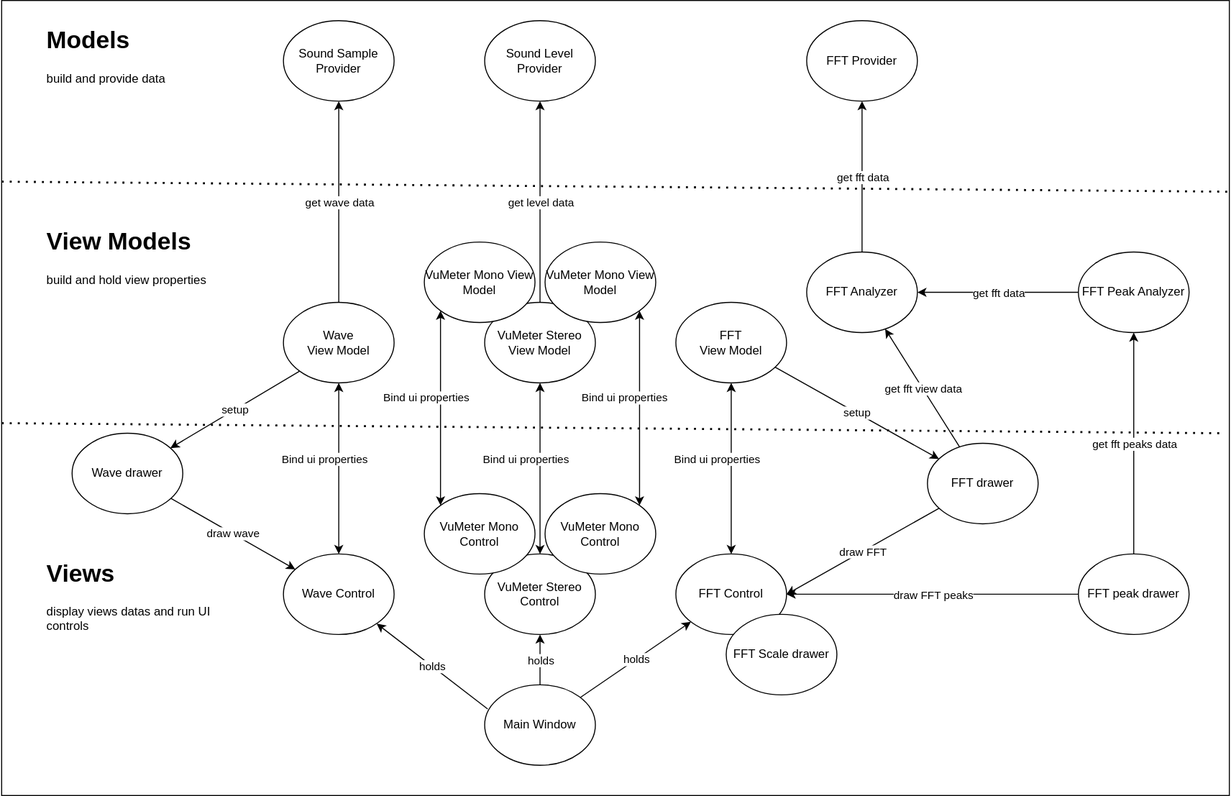
The draw.io diagram Doc/components1.drawio.svg in franck-gaspoz/WindowsAudioSessionSample, before a commit. Source tidied: cells renumbered, new cells last; positions are measured from the earlier drawing's top-left corner, leaving out a move shared by most shapes.
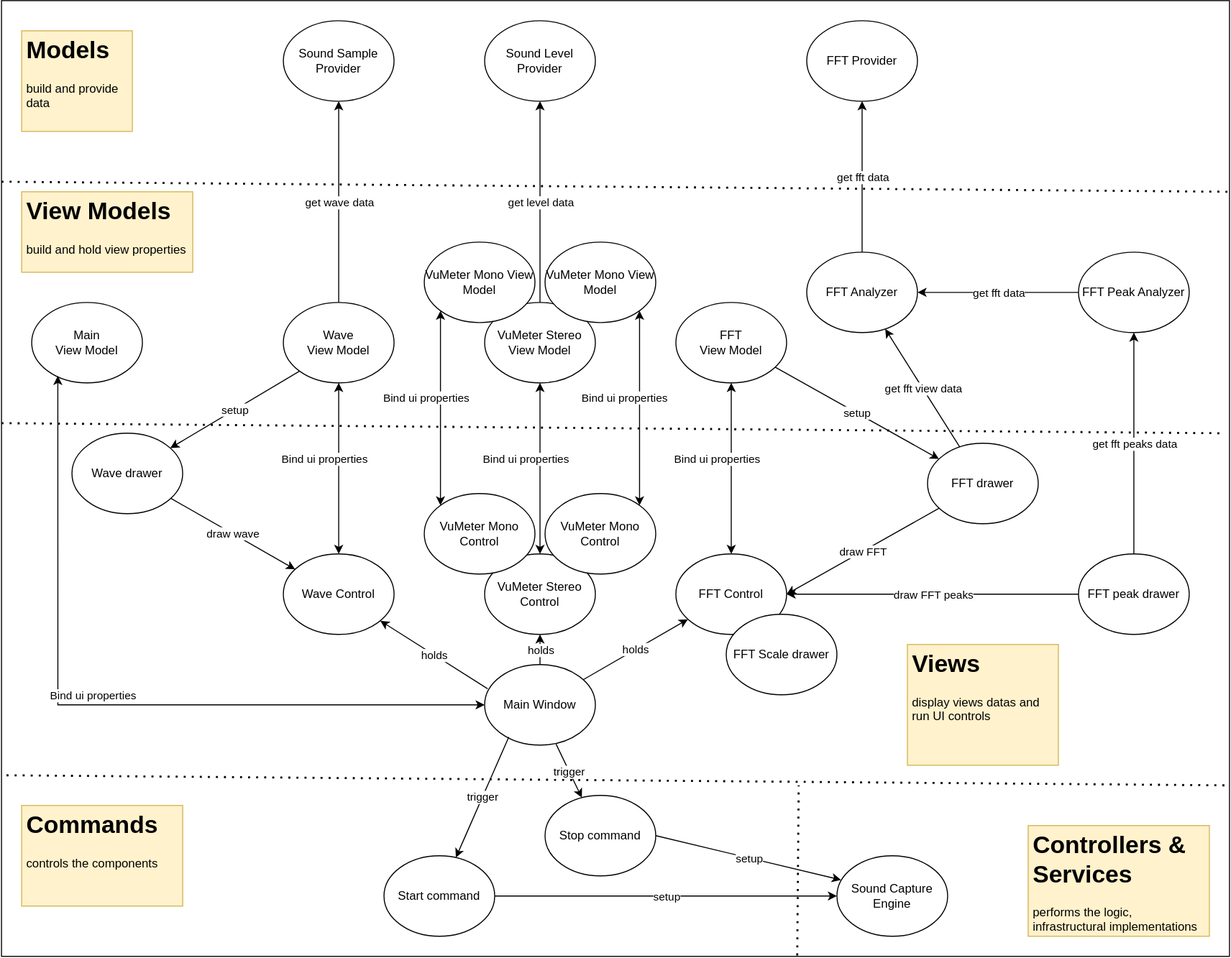
The same file after the commit.

Diff of the diagram source:
```diff
@@ -3,7 +3,7 @@
     <mxCell id="0" />
     <mxCell id="1" parent="0" />
     <mxCell id="2" style="rounded=0;whiteSpace=wrap;html=1;" parent="1" vertex="1">
-      <mxGeometry width="1220" height="790" as="geometry" />
+      <mxGeometry width="1220" height="950" as="geometry" />
     </mxCell>
     <mxCell id="3" value="FFT Provider&lt;br&gt;" style="ellipse;whiteSpace=wrap;html=1;" parent="1" vertex="1">
       <mxGeometry x="800" y="20" width="110" height="80" as="geometry" />
@@ -163,14 +163,14 @@
         <mxPoint x="1220" y="190" as="targetPoint" />
       </mxGeometry>
     </mxCell>
-    <mxCell id="51" value="&lt;h1&gt;View Models&lt;br&gt;&lt;/h1&gt;&lt;p&gt;build and hold view properties&lt;br&gt;&lt;/p&gt;" style="text;html=1;strokeColor=none;fillColor=none;spacing=5;spacingTop=-20;whiteSpace=wrap;overflow=hidden;rounded=0;" parent="1" vertex="1">
-      <mxGeometry x="40" y="220" width="190" height="120" as="geometry" />
+    <mxCell id="51" value="&lt;h1&gt;View Models&lt;br&gt;&lt;/h1&gt;&lt;p&gt;build and hold view properties&lt;br&gt;&lt;/p&gt;" style="text;html=1;strokeColor=#d6b656;fillColor=#fff2cc;spacing=5;spacingTop=-20;whiteSpace=wrap;overflow=hidden;rounded=0;" parent="1" vertex="1">
+      <mxGeometry x="20" y="190" width="170" height="80" as="geometry" />
     </mxCell>
-    <mxCell id="52" value="&lt;h1&gt;Models&lt;br&gt;&lt;/h1&gt;&lt;p&gt;build and provide data&lt;br&gt;&lt;/p&gt;" style="text;html=1;strokeColor=none;fillColor=none;spacing=5;spacingTop=-20;whiteSpace=wrap;overflow=hidden;rounded=0;" parent="1" vertex="1">
-      <mxGeometry x="40" y="20" width="190" height="120" as="geometry" />
+    <mxCell id="52" value="&lt;h1&gt;Models&lt;br&gt;&lt;/h1&gt;&lt;p&gt;build and provide data&lt;br&gt;&lt;/p&gt;" style="text;html=1;strokeColor=#d6b656;fillColor=#fff2cc;spacing=5;spacingTop=-20;whiteSpace=wrap;overflow=hidden;rounded=0;" parent="1" vertex="1">
+      <mxGeometry x="20" y="30" width="110" height="100" as="geometry" />
     </mxCell>
-    <mxCell id="53" value="&lt;h1&gt;Views&lt;br&gt;&lt;/h1&gt;&lt;p&gt;display views datas and run UI controls&lt;/p&gt;" style="text;html=1;strokeColor=none;fillColor=none;spacing=5;spacingTop=-20;whiteSpace=wrap;overflow=hidden;rounded=0;" parent="1" vertex="1">
-      <mxGeometry x="40" y="550" width="190" height="120" as="geometry" />
+    <mxCell id="53" value="&lt;h1&gt;Views&lt;br&gt;&lt;/h1&gt;&lt;p&gt;display views datas and run UI controls&lt;/p&gt;" style="text;html=1;strokeColor=#d6b656;fillColor=#fff2cc;spacing=5;spacingTop=-20;whiteSpace=wrap;overflow=hidden;rounded=0;" parent="1" vertex="1">
+      <mxGeometry x="900" y="640" width="150" height="120" as="geometry" />
     </mxCell>
     <mxCell id="54" style="endArrow=classic;html=1;rounded=0;startArrow=classic;startFill=1;entryX=0;entryY=1;entryDx=0;entryDy=0;exitX=0;exitY=0;exitDx=0;exitDy=0;" parent="1" edge="1" source="44" target="46">
       <mxGeometry relative="1" as="geometry" />
@@ -189,7 +189,7 @@
       </mxGeometry>
     </mxCell>
     <mxCell id="58" value="Main Window" style="ellipse;whiteSpace=wrap;html=1;" parent="1" vertex="1">
-      <mxGeometry x="480" y="680" width="110" height="80" as="geometry" />
+      <mxGeometry x="480" y="660" width="110" height="80" as="geometry" />
     </mxCell>
     <mxCell id="59" value="FFT Scale drawer" style="ellipse;whiteSpace=wrap;html=1;" parent="1" vertex="1">
       <mxGeometry x="720" y="610" width="110" height="80" as="geometry" />
@@ -212,5 +212,71 @@
     <mxCell id="65" value="holds" style="edgeLabel;html=1;align=center;verticalAlign=middle;" parent="64" vertex="1">
       <mxGeometry relative="1" as="geometry" />
     </mxCell>
+    <mxCell id="66" style="endArrow=none;dashed=1;html=1;dashPattern=1 3;strokeWidth=2;rounded=0;" parent="1" edge="1">
+      <mxGeometry relative="1" as="geometry">
+        <mxPoint x="5" y="770" as="sourcePoint" />
+        <mxPoint x="1215" y="780" as="targetPoint" />
+      </mxGeometry>
+    </mxCell>
+    <mxCell id="67" value="Main&lt;br&gt;View Model" style="ellipse;whiteSpace=wrap;html=1;" parent="1" vertex="1">
+      <mxGeometry x="30" y="300" width="110" height="80" as="geometry" />
+    </mxCell>
+    <mxCell id="68" style="endArrow=classic;html=1;rounded=0;startArrow=classic;startFill=1;entryX=0.236;entryY=0.913;entryDx=0;entryDy=0;entryPerimeter=0;exitX=0;exitY=0.5;exitDx=0;exitDy=0;" parent="1" edge="1" source="58" target="67">
+      <mxGeometry relative="1" as="geometry">
+        <Array as="points">
+          <mxPoint x="340" y="700" />
+          <mxPoint x="56" y="700" />
+        </Array>
+      </mxGeometry>
+    </mxCell>
+    <mxCell id="69" value="Bind ui properties&lt;br&gt;" style="edgeLabel;html=1;align=center;verticalAlign=middle;" parent="68" vertex="1">
+      <mxGeometry relative="1" as="geometry">
+        <mxPoint x="-15" y="-10" as="offset" />
+      </mxGeometry>
+    </mxCell>
+    <mxCell id="70" value="&lt;h1&gt;Commands&lt;/h1&gt;&lt;p&gt;controls the components&lt;/p&gt;" style="text;html=1;strokeColor=#d6b656;fillColor=#fff2cc;spacing=5;spacingTop=-20;whiteSpace=wrap;overflow=hidden;rounded=0;" parent="1" vertex="1">
+      <mxGeometry x="20" y="800" width="160" height="100" as="geometry" />
+    </mxCell>
+    <mxCell id="71" value="Start command" style="ellipse;whiteSpace=wrap;html=1;" parent="1" vertex="1">
+      <mxGeometry x="380" y="850" width="110" height="80" as="geometry" />
+    </mxCell>
+    <mxCell id="72" value="Sound Capture Engine" style="ellipse;whiteSpace=wrap;html=1;" parent="1" vertex="1">
+      <mxGeometry x="830" y="850" width="110" height="80" as="geometry" />
+    </mxCell>
+    <mxCell id="73" value="Stop command" style="ellipse;whiteSpace=wrap;html=1;" parent="1" vertex="1">
+      <mxGeometry x="540" y="790" width="110" height="80" as="geometry" />
+    </mxCell>
+    <mxCell id="74" style="endArrow=classic;html=1;rounded=0;exitX=1;exitY=0.5;exitDx=0;exitDy=0;" parent="1" edge="1" source="71" target="72">
+      <mxGeometry relative="1" as="geometry" />
+    </mxCell>
+    <mxCell id="75" value="setup" style="edgeLabel;html=1;align=center;verticalAlign=middle;" parent="74" vertex="1">
+      <mxGeometry relative="1" as="geometry" />
+    </mxCell>
+    <mxCell id="76" style="endArrow=classic;html=1;rounded=0;exitX=1;exitY=0.5;exitDx=0;exitDy=0;entryX=0.036;entryY=0.3;entryDx=0;entryDy=0;entryPerimeter=0;" parent="1" edge="1" source="73" target="72">
+      <mxGeometry relative="1" as="geometry" />
+    </mxCell>
+    <mxCell id="77" value="setup" style="edgeLabel;html=1;align=center;verticalAlign=middle;" parent="76" vertex="1">
+      <mxGeometry relative="1" as="geometry" />
+    </mxCell>
+    <mxCell id="78" style="endArrow=classic;html=1;rounded=0;exitX=0.218;exitY=0.9;exitDx=0;exitDy=0;exitPerimeter=0;" parent="1" edge="1" source="58" target="71">
+      <mxGeometry relative="1" as="geometry" />
+    </mxCell>
+    <mxCell id="79" value="trigger" style="edgeLabel;html=1;align=center;verticalAlign=middle;" parent="78" vertex="1">
+      <mxGeometry relative="1" as="geometry" />
+    </mxCell>
+    <mxCell id="80" style="endArrow=classic;html=1;rounded=0;exitX=0.645;exitY=0.988;exitDx=0;exitDy=0;exitPerimeter=0;" parent="1" edge="1" source="58" target="73">
+      <mxGeometry relative="1" as="geometry" />
+    </mxCell>
+    <mxCell id="81" value="trigger" style="edgeLabel;html=1;align=center;verticalAlign=middle;" parent="80" vertex="1">
+      <mxGeometry relative="1" as="geometry" />
+    </mxCell>
+    <mxCell id="82" style="endArrow=none;dashed=1;html=1;dashPattern=1 3;strokeWidth=2;rounded=0;exitX=0.648;exitY=0.999;exitDx=0;exitDy=0;exitPerimeter=0;" parent="1" edge="1" source="2">
+      <mxGeometry relative="1" as="geometry">
+        <mxPoint x="792" y="780" as="targetPoint" />
+      </mxGeometry>
+    </mxCell>
+    <mxCell id="83" value="&lt;h1&gt;Controllers &amp;amp; Services&lt;/h1&gt;&lt;p&gt;performs the logic, infrastructural implementations&lt;/p&gt;" style="text;html=1;strokeColor=#d6b656;fillColor=#fff2cc;spacing=5;spacingTop=-20;whiteSpace=wrap;overflow=hidden;rounded=0;" parent="1" vertex="1">
+      <mxGeometry x="1020" y="820" width="180" height="110" as="geometry" />
+    </mxCell>
   </root>
 </mxGraphModel>
```
